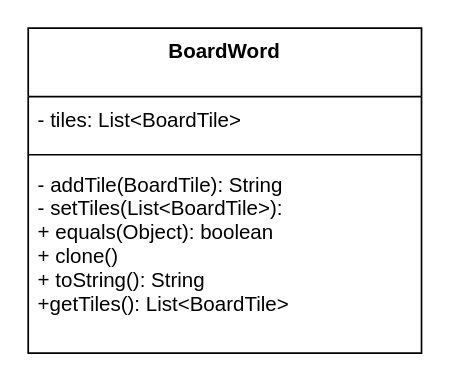
Before: UML/ClassDiagrams/Model/BoardWord.drawio in trk20/Scuffle, a draw.io diagram. Source tidied: cells renumbered, new cells numbered last; positions are measured from the earlier drawing's top-left corner, leaving out a move shared by most shapes. Both pictures are drawn from the tidied source at 171%, with x=0, y=0 at pixel (27, 27).
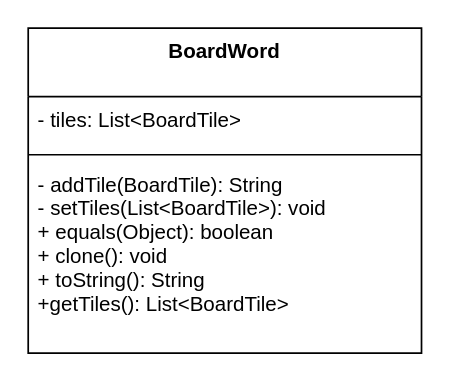
Above is the later version.

Commit message (it also covers changes not shown here):
update board word

The edit, as a diff of the source:
```diff
@@
 <mxGraphModel>
   <root>
     <mxCell id="0" />
     <mxCell id="1" parent="0" />
     <mxCell id="2" value="BoardWord" style="swimlane;fontStyle=1;align=center;verticalAlign=top;horizontal=1;startSize=40;" parent="1" vertex="1">
       <mxGeometry width="230" height="190" as="geometry" />
     </mxCell>
     <mxCell id="3" value="- tiles: List&lt;BoardTile&gt;" style="text;strokeColor=none;fillColor=none;align=left;verticalAlign=top;spacingLeft=4;spacingRight=4;overflow=hidden;" parent="2" vertex="1">
       <mxGeometry y="40" width="230" height="30" as="geometry" />
     </mxCell>
     <mxCell id="4" style="line;strokeWidth=1;fillColor=none;align=left;verticalAlign=middle;spacingTop=-1;spacingLeft=3;spacingRight=3;labelPosition=right;" parent="2" vertex="1">
       <mxGeometry y="70" width="230" height="8" as="geometry" />
     </mxCell>
-    <mxCell id="5" value="- addTile(BoardTile): String&#10;- setTiles(List&lt;BoardTile&gt;):&#10;+ equals(Object): boolean&#10;+ clone()&#10;+ toString(): String&#10;+getTiles(): List&lt;BoardTile&gt;" style="text;strokeColor=none;fillColor=none;align=left;verticalAlign=top;spacingLeft=4;spacingRight=4;overflow=hidden;" parent="2" vertex="1">
+    <mxCell id="5" value="- addTile(BoardTile): String&#10;- setTiles(List&lt;BoardTile&gt;): void&#10;+ equals(Object): boolean&#10;+ clone(): void&#10;+ toString(): String&#10;+getTiles(): List&lt;BoardTile&gt;" style="text;strokeColor=none;fillColor=none;align=left;verticalAlign=top;spacingLeft=4;spacingRight=4;overflow=hidden;" parent="2" vertex="1">
       <mxGeometry y="78" width="230" height="112" as="geometry" />
     </mxCell>
   </root>
 </mxGraphModel>
```
